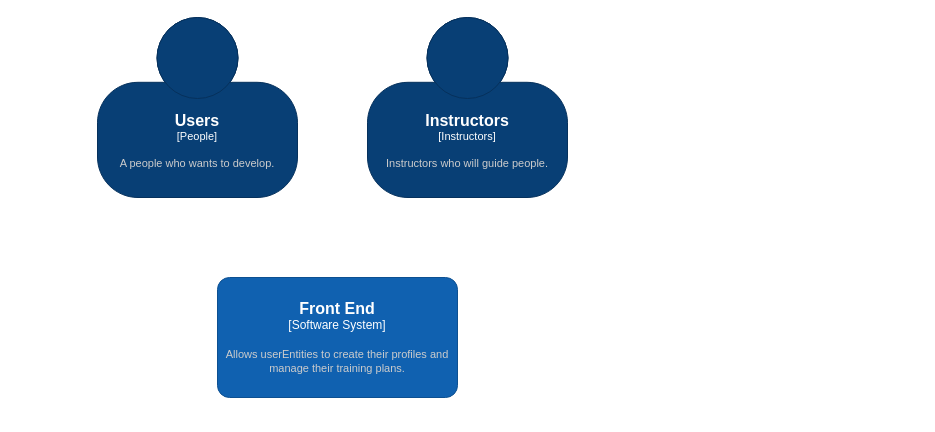
AtanasDimitrov12/FitnessApp-Backend keeps this draw.io diagram as page "C1 System Context" (1 of 3) of C4 Diagram/FitnessAppDiagram.drawio. Above is the earlier version. Source tidied: cells renumbered, new cells numbered last; positions are measured from the earlier drawing's top-left corner, leaving out a move shared by most shapes. Both pictures are drawn from the tidied source at 100%, with x=0, y=0 at pixel (97, 17).
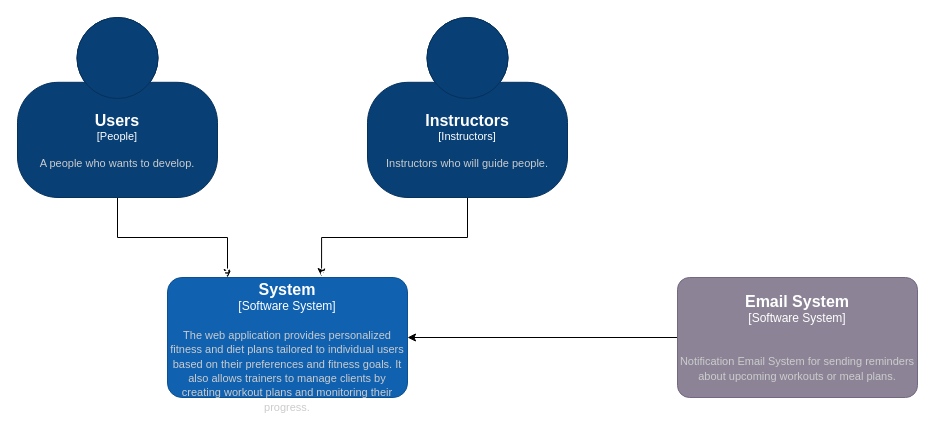
After the change.

Diff of the diagram source:
```diff
@@
 <mxGraphModel>
   <root>
     <mxCell id="0" />
     <mxCell id="1" parent="0" />
+    <mxCell id="5" style="edgeStyle=orthogonalEdgeStyle;rounded=0;jettySize=auto;html=1;exitX=0.5;exitY=1;exitDx=0;exitDy=0;exitPerimeter=0;entryX=0.25;entryY=0;entryDx=0;entryDy=0;entryPerimeter=0;" parent="1" edge="1" source="2" target="4">
+      <mxGeometry relative="1" as="geometry" />
+    </mxCell>
     <object id="2" label="&lt;font style=&quot;font-size: 16px&quot;&gt;&lt;b&gt;%c4Name%&lt;/b&gt;&lt;/font&gt;&lt;div&gt;[%c4Type%]&lt;/div&gt;&lt;br&gt;&lt;div&gt;&lt;font style=&quot;font-size: 11px&quot;&gt;&lt;font color=&quot;#cccccc&quot;&gt;%c4Description%&lt;/font&gt;&lt;/div&gt;" c4Description="A people who wants to develop." c4Name="Users" c4Type="People" placeholders="1">
       <mxCell style="html=1;fontSize=11;dashed=0;whiteSpace=wrap;fillColor=#083F75;strokeColor=#06315C;fontColor=#ffffff;shape=mxgraph.c4.person2;align=center;points=[[0.5,0,0],[1,0.5,0],[1,0.75,0],[0.75,1,0],[0.5,1,0],[0.25,1,0],[0,0.75,0],[0,0.5,0]];" parent="1" vertex="1">
-        <mxGeometry width="200" height="180" as="geometry" />
+        <mxGeometry x="-80" width="200" height="180" as="geometry" />
       </mxCell>
     </object>
+    <mxCell id="6" style="edgeStyle=orthogonalEdgeStyle;rounded=0;jettySize=auto;html=1;exitX=0.5;exitY=1;exitDx=0;exitDy=0;exitPerimeter=0;entryX=0.642;entryY=-0.008;entryDx=0;entryDy=0;entryPerimeter=0;" parent="1" edge="1" source="3" target="4">
+      <mxGeometry relative="1" as="geometry" />
+    </mxCell>
     <object id="3" label="&lt;font style=&quot;font-size: 16px&quot;&gt;&lt;b&gt;%c4Name%&lt;/b&gt;&lt;/font&gt;&lt;div&gt;[%c4Type%]&lt;/div&gt;&lt;br&gt;&lt;div&gt;&lt;font style=&quot;font-size: 11px&quot;&gt;&lt;font color=&quot;#cccccc&quot;&gt;%c4Description%&lt;/font&gt;&lt;/div&gt;" c4Description="Instructors who will guide people." c4Name="Instructors" c4Type="Instructors" placeholders="1">
       <mxCell style="html=1;fontSize=11;dashed=0;whiteSpace=wrap;fillColor=#083F75;strokeColor=#06315C;fontColor=#ffffff;shape=mxgraph.c4.person2;align=center;points=[[0.5,0,0],[1,0.5,0],[1,0.75,0],[0.75,1,0],[0.5,1,0],[0.25,1,0],[0,0.75,0],[0,0.5,0]];" parent="1" vertex="1">
         <mxGeometry x="270" width="200" height="180" as="geometry" />
       </mxCell>
     </object>
-    <object id="4" label="&lt;font style=&quot;font-size: 16px&quot;&gt;&lt;b&gt;%c4Name%&lt;/b&gt;&lt;/font&gt;&lt;div&gt;[%c4Type%]&lt;/div&gt;&lt;br&gt;&lt;div&gt;&lt;font style=&quot;font-size: 11px&quot;&gt;&lt;font color=&quot;#cccccc&quot;&gt;%c4Description%&lt;/font&gt;&lt;/div&gt;" c4Description="Allows userEntities to create their profiles and manage their training plans." c4Name="Front End" c4Type="Software System" placeholders="1">
-      <mxCell style="rounded=1;whiteSpace=wrap;html=1;labelBackgroundColor=none;fillColor=#1061B0;fontColor=#ffffff;align=center;arcSize=10;strokeColor=#0D5091;points=[[0.25,0,0],[0.5,0,0],[0.75,0,0],[1,0.25,0],[1,0.5,0],[1,0.75,0],[0.75,1,0],[0.5,1,0],[0.25,1,0],[0,0.75,0],[0,0.5,0],[0,0.25,0]];" parent="1" vertex="1">
-        <mxGeometry x="120" y="260" width="240" height="120" as="geometry" />
+    <object id="4" label="&lt;font style=&quot;font-size: 16px&quot;&gt;&lt;b&gt;%c4Name%&lt;/b&gt;&lt;/font&gt;&lt;div&gt;[%c4Type%]&lt;/div&gt;&lt;br&gt;&lt;div&gt;&lt;font style=&quot;font-size: 11px&quot;&gt;&lt;font color=&quot;#cccccc&quot;&gt;%c4Description%&lt;/font&gt;&lt;/div&gt;" c4Description="The web application provides personalized fitness and diet plans tailored to individual users based on their preferences and fitness goals. It also allows trainers to manage clients by creating workout plans and monitoring their progress." c4Name="Fitness Workout and Diet System" c4Type="Software System" placeholders="1">
+      <mxCell style="rounded=1;whiteSpace=wrap;html=1;labelBackgroundColor=none;fillColor=#1061B0;fontColor=#ffffff;align=center;arcSize=12;strokeColor=#0D5091;points=[[0.25,0,0],[0.5,0,0],[0.75,0,0],[1,0.25,0],[1,0.5,0],[1,0.75,0],[0.75,1,0],[0.5,1,0],[0.25,1,0],[0,0.75,0],[0,0.5,0],[0,0.25,0]];" parent="1" vertex="1">
+        <mxGeometry x="70" y="260" width="240" height="120" as="geometry" />
       </mxCell>
     </object>
+    <mxCell id="7" style="edgeStyle=orthogonalEdgeStyle;rounded=0;jettySize=auto;html=1;exitX=0;exitY=0.5;exitDx=0;exitDy=0;exitPerimeter=0;" parent="1" edge="1" source="8" target="4">
+      <mxGeometry relative="1" as="geometry" />
+    </mxCell>
+    <object id="8" label="&lt;font style=&quot;font-size: 16px&quot;&gt;&lt;b&gt;%c4Name%&lt;/b&gt;&lt;/font&gt;&lt;div&gt;[%c4Type%]&lt;/div&gt;&lt;br&gt;&lt;div&gt;&lt;font style=&quot;font-size: 11px&quot;&gt;&lt;font color=&quot;#cccccc&quot;&gt;%c4Description%&lt;/font&gt;&lt;/div&gt;" c4Description="&#10;Notification Email System for sending reminders about upcoming workouts or meal plans." c4Name="Email System" c4Type="Software System" placeholders="1">
+      <mxCell style="rounded=1;whiteSpace=wrap;html=1;labelBackgroundColor=none;fillColor=#8C8496;fontColor=#ffffff;align=center;arcSize=10;strokeColor=#736782;points=[[0.25,0,0],[0.5,0,0],[0.75,0,0],[1,0.25,0],[1,0.5,0],[1,0.75,0],[0.75,1,0],[0.5,1,0],[0.25,1,0],[0,0.75,0],[0,0.5,0],[0,0.25,0]];" parent="1" vertex="1">
+        <mxGeometry x="580" y="260" width="240" height="120" as="geometry" />
+      </mxCell>
+    </object>
   </root>
 </mxGraphModel>
```
